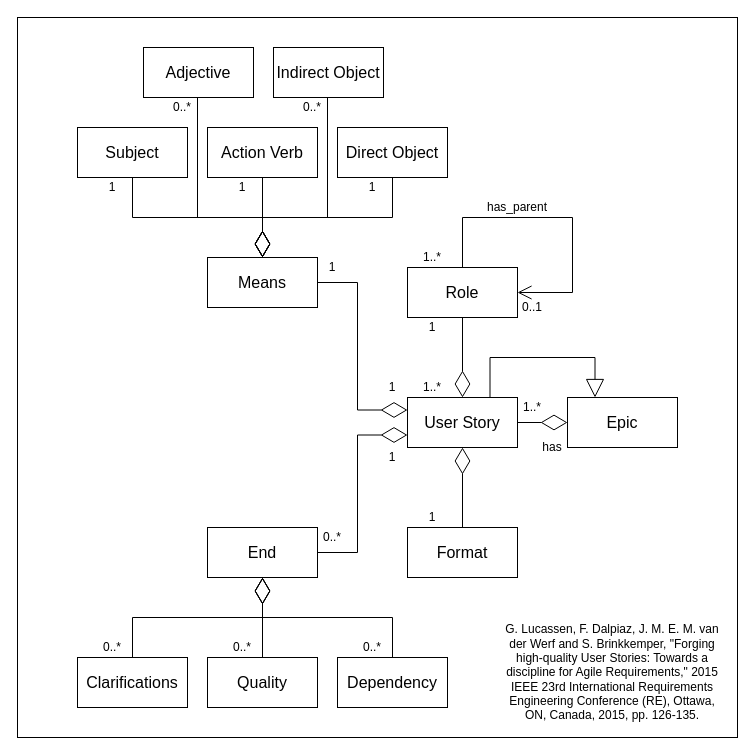
The draw.io diagram user_story_class_diagram.drawio in info-marceloramirez/architect_toolbox, before the edit. Source tidied: cells renumbered, new cells numbered last; positions are measured from the earlier drawing's top-left corner, leaving out a move shared by most shapes. Both pictures are drawn from the tidied source at 100%, with x=0, y=0 at pixel (17, 17).
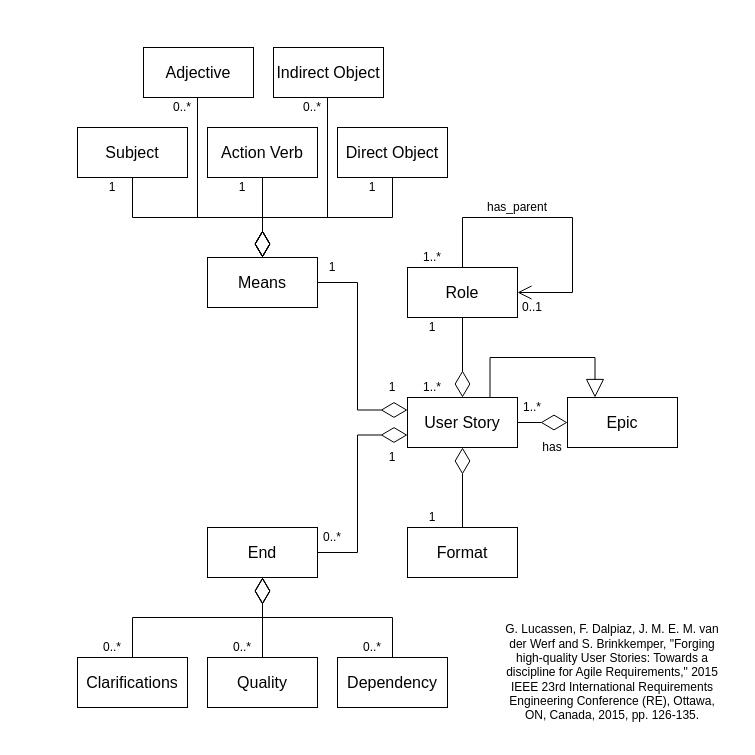
Above is the later version.

Change to the diagram source:
```diff
@@
-    <mxCell id="2" style="whiteSpace=wrap;html=1;fontColor=default;fillColor=none;" parent="1" vertex="1">
+    <mxCell id="2" style="whiteSpace=wrap;html=1;fontColor=default;fillColor=none;strokeColor=none;" parent="1" vertex="1">
       <mxGeometry width="720" height="720" as="geometry" />
     </mxCell>
```
